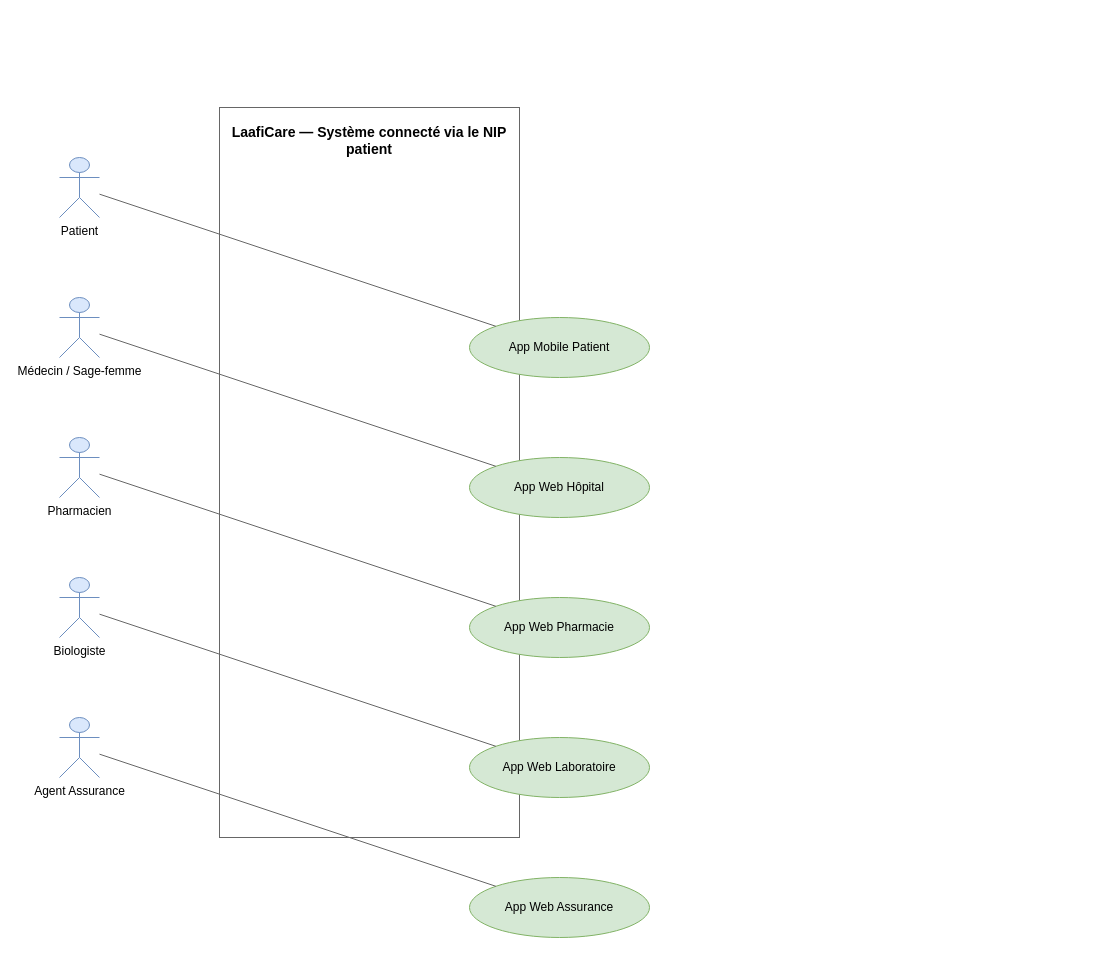
Above: page "Vue d'ensemble" (1 of 9) of docs/diagrammes/LaafiCare_Cas_Utilisation.drawio in KABORE-c-elie/LaafiCare (draw.io), before the change. Source tidied: cells renumbered, new cells numbered last; positions are measured from the earlier drawing's top-left corner, leaving out a move shared by most shapes. Both pictures are drawn from the tidied source at 100%, with x=0, y=0 at pixel (59, 107).
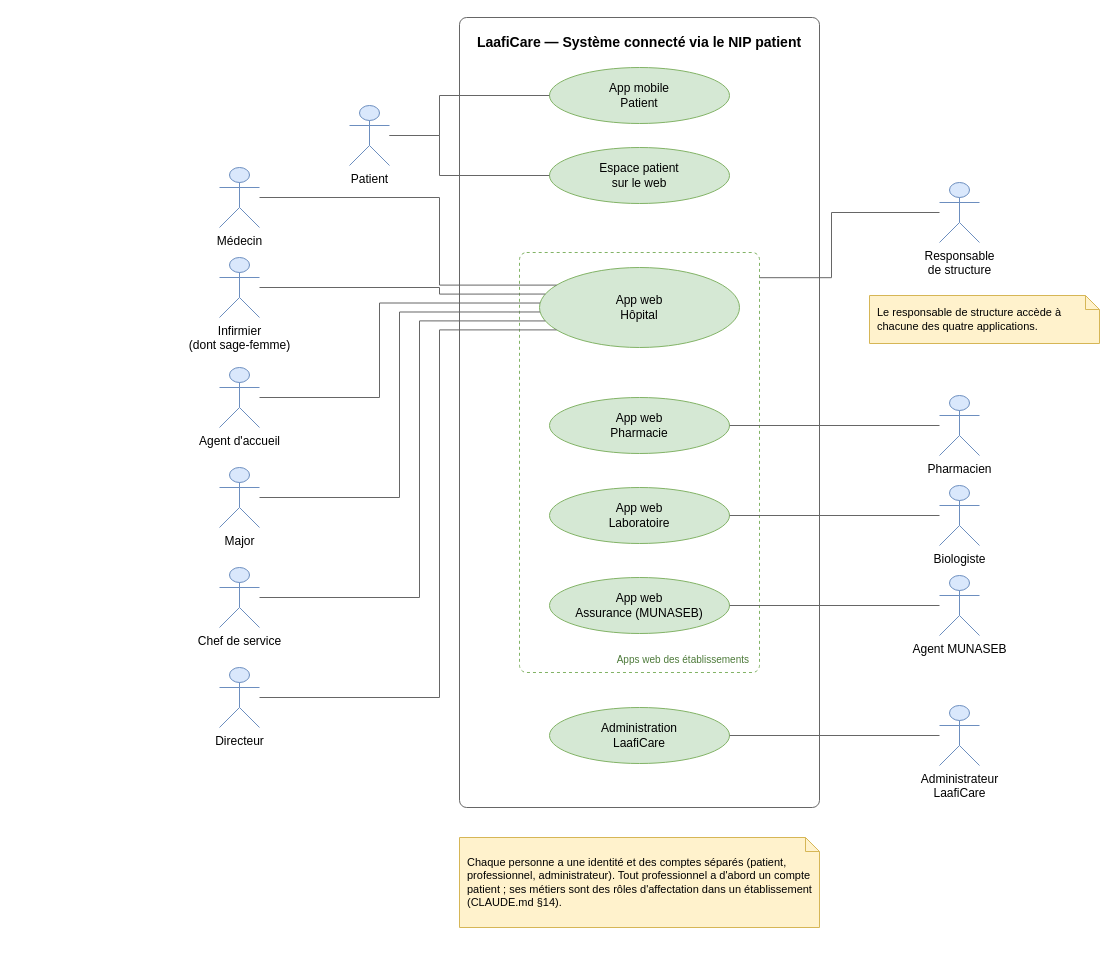
Above is the later version.

Change to the diagram source:
```diff
@@
-    <mxCell id="2" value="LaafiCare — Système connecté via le NIP patient" style="rounded=8;whiteSpace=wrap;html=1;verticalAlign=top;fillColor=none;strokeColor=#666666;fontSize=14;fontStyle=1;align=center;spacingTop=10;" parent="1" vertex="1">
-      <mxGeometry x="160" width="300" height="730" as="geometry" />
+    <mxCell id="2" value="LaafiCare — Système connecté via le NIP patient" style="rounded=1;arcSize=2;whiteSpace=wrap;html=1;verticalAlign=top;fillColor=none;strokeColor=#666666;fontSize=14;fontStyle=1;align=center;spacingTop=10;" parent="1" vertex="1">
+      <mxGeometry x="400" y="-90" width="360" height="790" as="geometry" />
     </mxCell>
-    <mxCell id="3" value="Patient" style="shape=umlActor;verticalLabelPosition=bottom;verticalAlign=top;html=1;outlineConnect=0;fillColor=#dae8fc;strokeColor=#6c8ebf;" parent="1" vertex="1">
-      <mxGeometry y="50" width="40" height="60" as="geometry" />
-    </mxCell>
-    <mxCell id="4" value="Médecin / Sage-femme" style="shape=umlActor;verticalLabelPosition=bottom;verticalAlign=top;html=1;outlineConnect=0;fillColor=#dae8fc;strokeColor=#6c8ebf;" parent="1" vertex="1">
-      <mxGeometry y="190" width="40" height="60" as="geometry" />
-    </mxCell>
-    <mxCell id="5" value="Pharmacien" style="shape=umlActor;verticalLabelPosition=bottom;verticalAlign=top;html=1;outlineConnect=0;fillColor=#dae8fc;strokeColor=#6c8ebf;" parent="1" vertex="1">
-      <mxGeometry y="330" width="40" height="60" as="geometry" />
-    </mxCell>
-    <mxCell id="6" value="Biologiste" style="shape=umlActor;verticalLabelPosition=bottom;verticalAlign=top;html=1;outlineConnect=0;fillColor=#dae8fc;strokeColor=#6c8ebf;" parent="1" vertex="1">
-      <mxGeometry y="470" width="40" height="60" as="geometry" />
-    </mxCell>
-    <mxCell id="7" value="Agent Assurance" style="shape=umlActor;verticalLabelPosition=bottom;verticalAlign=top;html=1;outlineConnect=0;fillColor=#dae8fc;strokeColor=#6c8ebf;" parent="1" vertex="1">
-      <mxGeometry y="610" width="40" height="60" as="geometry" />
-    </mxCell>
+    <mxCell id="18" value="Apps web des établissements" style="rounded=1;arcSize=3;whiteSpace=wrap;html=1;fillColor=none;dashed=1;strokeColor=#82b366;fontSize=10;fontColor=#4d7a3a;verticalAlign=bottom;align=right;spacingBottom=4;spacingRight=8;" parent="2" vertex="1">
+      <mxGeometry x="60" y="235" width="240" height="420" as="geometry" />
+    </mxCell>
-    <mxCell id="8" value="App Mobile Patient" style="ellipse;whiteSpace=wrap;html=1;fillColor=#d5e8d4;strokeColor=#82b366;" parent="2" vertex="1">
-      <mxGeometry x="250" y="210" width="180" height="60" as="geometry" />
+    <mxCell id="8" value="App mobile&lt;br/&gt;Patient" style="ellipse;whiteSpace=wrap;html=1;fillColor=#d5e8d4;strokeColor=#82b366;" parent="2" vertex="1">
+      <mxGeometry x="90" y="50" width="180" height="56" as="geometry" />
     </mxCell>
+    <mxCell id="19" value="Espace patient&lt;br/&gt;sur le web" style="ellipse;whiteSpace=wrap;html=1;fillColor=#d5e8d4;strokeColor=#82b366;" parent="2" vertex="1">
+      <mxGeometry x="90" y="130" width="180" height="56" as="geometry" />
+    </mxCell>
-    <mxCell id="9" value="App Web Hôpital" style="ellipse;whiteSpace=wrap;html=1;fillColor=#d5e8d4;strokeColor=#82b366;" parent="2" vertex="1">
-      <mxGeometry x="250" y="350" width="180" height="60" as="geometry" />
+    <mxCell id="9" value="App web&lt;br/&gt;Hôpital" style="ellipse;whiteSpace=wrap;html=1;fillColor=#d5e8d4;strokeColor=#82b366;" parent="2" vertex="1">
+      <mxGeometry x="80" y="250" width="200" height="80" as="geometry" />
     </mxCell>
-    <mxCell id="10" value="App Web Pharmacie" style="ellipse;whiteSpace=wrap;html=1;fillColor=#d5e8d4;strokeColor=#82b366;" parent="2" vertex="1">
-      <mxGeometry x="250" y="490" width="180" height="60" as="geometry" />
+    <mxCell id="10" value="App web&lt;br/&gt;Pharmacie" style="ellipse;whiteSpace=wrap;html=1;fillColor=#d5e8d4;strokeColor=#82b366;" parent="2" vertex="1">
+      <mxGeometry x="90" y="380" width="180" height="56" as="geometry" />
     </mxCell>
-    <mxCell id="11" value="App Web Laboratoire" style="ellipse;whiteSpace=wrap;html=1;fillColor=#d5e8d4;strokeColor=#82b366;" parent="2" vertex="1">
-      <mxGeometry x="250" y="630" width="180" height="60" as="geometry" />
+    <mxCell id="11" value="App web&lt;br/&gt;Laboratoire" style="ellipse;whiteSpace=wrap;html=1;fillColor=#d5e8d4;strokeColor=#82b366;" parent="2" vertex="1">
+      <mxGeometry x="90" y="470" width="180" height="56" as="geometry" />
     </mxCell>
-    <mxCell id="12" value="App Web Assurance" style="ellipse;whiteSpace=wrap;html=1;fillColor=#d5e8d4;strokeColor=#82b366;" parent="2" vertex="1">
-      <mxGeometry x="250" y="770" width="180" height="60" as="geometry" />
+    <mxCell id="12" value="App web&lt;br/&gt;Assurance (MUNASEB)" style="ellipse;whiteSpace=wrap;html=1;fillColor=#d5e8d4;strokeColor=#82b366;" parent="2" vertex="1">
+      <mxGeometry x="90" y="560" width="180" height="56" as="geometry" />
     </mxCell>
+    <mxCell id="20" value="Administration&lt;br/&gt;LaafiCare" style="ellipse;whiteSpace=wrap;html=1;fillColor=#d5e8d4;strokeColor=#82b366;" parent="2" vertex="1">
+      <mxGeometry x="90" y="690" width="180" height="56" as="geometry" />
+    </mxCell>
+    <mxCell id="3" value="Patient" style="shape=umlActor;verticalLabelPosition=bottom;verticalAlign=top;html=1;outlineConnect=0;fillColor=#dae8fc;strokeColor=#6c8ebf;" parent="1" vertex="1">
+      <mxGeometry x="290" y="-2" width="40" height="60" as="geometry" />
+    </mxCell>
+    <mxCell id="4" value="Médecin" style="shape=umlActor;verticalLabelPosition=bottom;verticalAlign=top;html=1;outlineConnect=0;fillColor=#dae8fc;strokeColor=#6c8ebf;" parent="1" vertex="1">
+      <mxGeometry x="160" y="60" width="40" height="60" as="geometry" />
+    </mxCell>
+    <mxCell id="21" value="Infirmier&lt;br/&gt;(dont sage-femme)" style="shape=umlActor;verticalLabelPosition=bottom;verticalAlign=top;html=1;outlineConnect=0;fillColor=#dae8fc;strokeColor=#6c8ebf;" parent="1" vertex="1">
+      <mxGeometry x="160" y="150" width="40" height="60" as="geometry" />
+    </mxCell>
+    <mxCell id="22" value="Agent d'accueil" style="shape=umlActor;verticalLabelPosition=bottom;verticalAlign=top;html=1;outlineConnect=0;fillColor=#dae8fc;strokeColor=#6c8ebf;" parent="1" vertex="1">
+      <mxGeometry x="160" y="260" width="40" height="60" as="geometry" />
+    </mxCell>
+    <mxCell id="23" value="Major" style="shape=umlActor;verticalLabelPosition=bottom;verticalAlign=top;html=1;outlineConnect=0;fillColor=#dae8fc;strokeColor=#6c8ebf;" parent="1" vertex="1">
+      <mxGeometry x="160" y="360" width="40" height="60" as="geometry" />
+    </mxCell>
+    <mxCell id="24" value="Chef de service" style="shape=umlActor;verticalLabelPosition=bottom;verticalAlign=top;html=1;outlineConnect=0;fillColor=#dae8fc;strokeColor=#6c8ebf;" parent="1" vertex="1">
+      <mxGeometry x="160" y="460" width="40" height="60" as="geometry" />
+    </mxCell>
+    <mxCell id="25" value="Directeur" style="shape=umlActor;verticalLabelPosition=bottom;verticalAlign=top;html=1;outlineConnect=0;fillColor=#dae8fc;strokeColor=#6c8ebf;" parent="1" vertex="1">
+      <mxGeometry x="160" y="560" width="40" height="60" as="geometry" />
+    </mxCell>
+    <mxCell id="26" value="Responsable&lt;br/&gt;de structure" style="shape=umlActor;verticalLabelPosition=bottom;verticalAlign=top;html=1;outlineConnect=0;fillColor=#dae8fc;strokeColor=#6c8ebf;" parent="1" vertex="1">
+      <mxGeometry x="880" y="75" width="40" height="60" as="geometry" />
+    </mxCell>
+    <mxCell id="5" value="Pharmacien" style="shape=umlActor;verticalLabelPosition=bottom;verticalAlign=top;html=1;outlineConnect=0;fillColor=#dae8fc;strokeColor=#6c8ebf;" parent="1" vertex="1">
+      <mxGeometry x="880" y="288" width="40" height="60" as="geometry" />
+    </mxCell>
+    <mxCell id="6" value="Biologiste" style="shape=umlActor;verticalLabelPosition=bottom;verticalAlign=top;html=1;outlineConnect=0;fillColor=#dae8fc;strokeColor=#6c8ebf;" parent="1" vertex="1">
+      <mxGeometry x="880" y="378" width="40" height="60" as="geometry" />
+    </mxCell>
+    <mxCell id="27" value="Agent MUNASEB" style="shape=umlActor;verticalLabelPosition=bottom;verticalAlign=top;html=1;outlineConnect=0;fillColor=#dae8fc;strokeColor=#6c8ebf;" parent="1" vertex="1">
+      <mxGeometry x="880" y="468" width="40" height="60" as="geometry" />
+    </mxCell>
+    <mxCell id="28" value="Administrateur&lt;br/&gt;LaafiCare" style="shape=umlActor;verticalLabelPosition=bottom;verticalAlign=top;html=1;outlineConnect=0;fillColor=#dae8fc;strokeColor=#6c8ebf;" parent="1" vertex="1">
+      <mxGeometry x="880" y="598" width="40" height="60" as="geometry" />
+    </mxCell>
+    <mxCell id="29" value="Chaque personne a une identité et des comptes séparés (patient, professionnel, administrateur). Tout professionnel a d'abord un compte patient ; ses métiers sont des rôles d'affectation dans un établissement (CLAUDE.md §14)." style="shape=note;whiteSpace=wrap;html=1;size=14;align=left;spacingLeft=6;fillColor=#fff2cc;strokeColor=#d6b656;fontSize=11;" parent="1" vertex="1">
+      <mxGeometry x="400" y="730" width="360" height="90" as="geometry" />
+    </mxCell>
+    <mxCell id="30" value="Le responsable de structure accède à chacune des quatre applications." style="shape=note;whiteSpace=wrap;html=1;size=14;align=left;spacingLeft=6;fillColor=#fff2cc;strokeColor=#d6b656;fontSize=11;" parent="1" vertex="1">
+      <mxGeometry x="810" y="188" width="230" height="48" as="geometry" />
+    </mxCell>
-    <mxCell id="13" style="endArrow=none;html=1;strokeColor=#666666;" parent="1" edge="1" source="3" target="8">
-      <mxGeometry relative="1" as="geometry" />
+    <mxCell id="13" style="edgeStyle=orthogonalEdgeStyle;rounded=0;html=1;endArrow=none;strokeColor=#666666;fontSize=10;labelBackgroundColor=#ffffff;exitX=1;exitY=0.5;exitDx=0;exitDy=0;exitPerimeter=0;entryX=0.0000;entryY=0.5000;entryDx=0;entryDy=0;entryPerimeter=0;" parent="1" edge="1" source="3" target="8">
+      <mxGeometry relative="1" as="geometry">
+        <Array as="points">
+          <mxPoint x="380" y="28" />
+          <mxPoint x="380" y="-12" />
+        </Array>
+      </mxGeometry>
     </mxCell>
+    <mxCell id="31" style="edgeStyle=orthogonalEdgeStyle;rounded=0;html=1;endArrow=none;strokeColor=#666666;fontSize=10;labelBackgroundColor=#ffffff;exitX=1;exitY=0.5;exitDx=0;exitDy=0;exitPerimeter=0;entryX=0.0000;entryY=0.5000;entryDx=0;entryDy=0;entryPerimeter=0;" parent="1" edge="1" source="3" target="19">
+      <mxGeometry relative="1" as="geometry">
+        <Array as="points">
+          <mxPoint x="380" y="28" />
+          <mxPoint x="380" y="68" />
+        </Array>
+      </mxGeometry>
+    </mxCell>
-    <mxCell id="14" style="endArrow=none;html=1;strokeColor=#666666;" parent="1" edge="1" source="4" target="9">
-      <mxGeometry relative="1" as="geometry" />
+    <mxCell id="14" style="edgeStyle=orthogonalEdgeStyle;rounded=0;html=1;endArrow=none;strokeColor=#666666;fontSize=10;labelBackgroundColor=#ffffff;exitX=1;exitY=0.5;exitDx=0;exitDy=0;exitPerimeter=0;entryX=0.0858;entryY=0.2200;entryDx=0;entryDy=0;entryPerimeter=0;" parent="1" edge="1" source="4" target="9">
+      <mxGeometry relative="1" as="geometry">
+        <Array as="points">
+          <mxPoint x="380" y="90" />
+          <mxPoint x="380" y="178" />
+        </Array>
+      </mxGeometry>
     </mxCell>
+    <mxCell id="32" style="edgeStyle=orthogonalEdgeStyle;rounded=0;html=1;endArrow=none;strokeColor=#666666;fontSize=10;labelBackgroundColor=#ffffff;exitX=1;exitY=0.5;exitDx=0;exitDy=0;exitPerimeter=0;entryX=0.0291;entryY=0.3320;entryDx=0;entryDy=0;entryPerimeter=0;" parent="1" edge="1" source="21" target="9">
+      <mxGeometry relative="1" as="geometry">
+        <Array as="points">
+          <mxPoint x="380" y="180" />
+          <mxPoint x="380" y="187" />
+        </Array>
+      </mxGeometry>
+    </mxCell>
+    <mxCell id="33" style="edgeStyle=orthogonalEdgeStyle;rounded=0;html=1;endArrow=none;strokeColor=#666666;fontSize=10;labelBackgroundColor=#ffffff;exitX=1;exitY=0.5;exitDx=0;exitDy=0;exitPerimeter=0;entryX=0.0031;entryY=0.4440;entryDx=0;entryDy=0;entryPerimeter=0;" parent="1" edge="1" source="22" target="9">
+      <mxGeometry relative="1" as="geometry">
+        <Array as="points">
+          <mxPoint x="320" y="290" />
+          <mxPoint x="320" y="196" />
+        </Array>
+      </mxGeometry>
+    </mxCell>
+    <mxCell id="34" style="edgeStyle=orthogonalEdgeStyle;rounded=0;html=1;endArrow=none;strokeColor=#666666;fontSize=10;labelBackgroundColor=#ffffff;exitX=1;exitY=0.5;exitDx=0;exitDy=0;exitPerimeter=0;entryX=0.0031;entryY=0.5560;entryDx=0;entryDy=0;entryPerimeter=0;" parent="1" edge="1" source="23" target="9">
+      <mxGeometry relative="1" as="geometry">
+        <Array as="points">
+          <mxPoint x="340" y="390" />
+          <mxPoint x="340" y="204" />
+        </Array>
+      </mxGeometry>
+    </mxCell>
+    <mxCell id="35" style="edgeStyle=orthogonalEdgeStyle;rounded=0;html=1;endArrow=none;strokeColor=#666666;fontSize=10;labelBackgroundColor=#ffffff;exitX=1;exitY=0.5;exitDx=0;exitDy=0;exitPerimeter=0;entryX=0.0291;entryY=0.6680;entryDx=0;entryDy=0;entryPerimeter=0;" parent="1" edge="1" source="24" target="9">
+      <mxGeometry relative="1" as="geometry">
+        <Array as="points">
+          <mxPoint x="360" y="490" />
+          <mxPoint x="360" y="213" />
+        </Array>
+      </mxGeometry>
+    </mxCell>
+    <mxCell id="36" style="edgeStyle=orthogonalEdgeStyle;rounded=0;html=1;endArrow=none;strokeColor=#666666;fontSize=10;labelBackgroundColor=#ffffff;exitX=1;exitY=0.5;exitDx=0;exitDy=0;exitPerimeter=0;entryX=0.0858;entryY=0.7800;entryDx=0;entryDy=0;entryPerimeter=0;" parent="1" edge="1" source="25" target="9">
+      <mxGeometry relative="1" as="geometry">
+        <Array as="points">
+          <mxPoint x="380" y="590" />
+          <mxPoint x="380" y="222" />
+        </Array>
+      </mxGeometry>
+    </mxCell>
-    <mxCell id="15" style="endArrow=none;html=1;strokeColor=#666666;" parent="1" edge="1" source="5" target="10">
+    <mxCell id="15" style="edgeStyle=orthogonalEdgeStyle;rounded=0;html=1;endArrow=none;strokeColor=#666666;fontSize=10;labelBackgroundColor=#ffffff;exitX=0;exitY=0.5;exitDx=0;exitDy=0;exitPerimeter=0;entryX=1.0000;entryY=0.5000;entryDx=0;entryDy=0;entryPerimeter=0;" parent="1" edge="1" source="5" target="10">
       <mxGeometry relative="1" as="geometry" />
     </mxCell>
-    <mxCell id="16" style="endArrow=none;html=1;strokeColor=#666666;" parent="1" edge="1" source="6" target="11">
+    <mxCell id="16" style="edgeStyle=orthogonalEdgeStyle;rounded=0;html=1;endArrow=none;strokeColor=#666666;fontSize=10;labelBackgroundColor=#ffffff;exitX=0;exitY=0.5;exitDx=0;exitDy=0;exitPerimeter=0;entryX=1.0000;entryY=0.5000;entryDx=0;entryDy=0;entryPerimeter=0;" parent="1" edge="1" source="6" target="11">
       <mxGeometry relative="1" as="geometry" />
     </mxCell>
-    <mxCell id="17" style="endArrow=none;html=1;strokeColor=#666666;" parent="1" edge="1" source="7" target="12">
-      <mxGeometry relative="1" as="geometry" />
-    </mxCell>
+    <mxCell id="37" style="edgeStyle=orthogonalEdgeStyle;rounded=0;html=1;endArrow=none;strokeColor=#666666;fontSize=10;labelBackgroundColor=#ffffff;exitX=0;exitY=0.5;exitDx=0;exitDy=0;exitPerimeter=0;entryX=1.0000;entryY=0.5000;entryDx=0;entryDy=0;entryPerimeter=0;" parent="1" edge="1" source="27" target="12">
+      <mxGeometry relative="1" as="geometry" />
+    </mxCell>
+    <mxCell id="38" style="edgeStyle=orthogonalEdgeStyle;rounded=0;html=1;endArrow=none;strokeColor=#666666;fontSize=10;labelBackgroundColor=#ffffff;exitX=0;exitY=0.5;exitDx=0;exitDy=0;exitPerimeter=0;entryX=1.0000;entryY=0.5000;entryDx=0;entryDy=0;entryPerimeter=0;" parent="1" edge="1" source="28" target="20">
+      <mxGeometry relative="1" as="geometry" />
+    </mxCell>
+    <mxCell id="39" style="edgeStyle=orthogonalEdgeStyle;rounded=0;html=1;endArrow=none;strokeColor=#666666;fontSize=10;labelBackgroundColor=#ffffff;exitX=0;exitY=0.5;exitDx=0;exitDy=0;exitPerimeter=0;entryX=1.0000;entryY=0.0600;entryDx=0;entryDy=0;entryPerimeter=0;" parent="1" edge="1" source="26" target="18">
+      <mxGeometry relative="1" as="geometry">
+        <Array as="points">
+          <mxPoint x="772" y="105" />
+          <mxPoint x="772" y="170" />
+        </Array>
+      </mxGeometry>
+    </mxCell>
```
